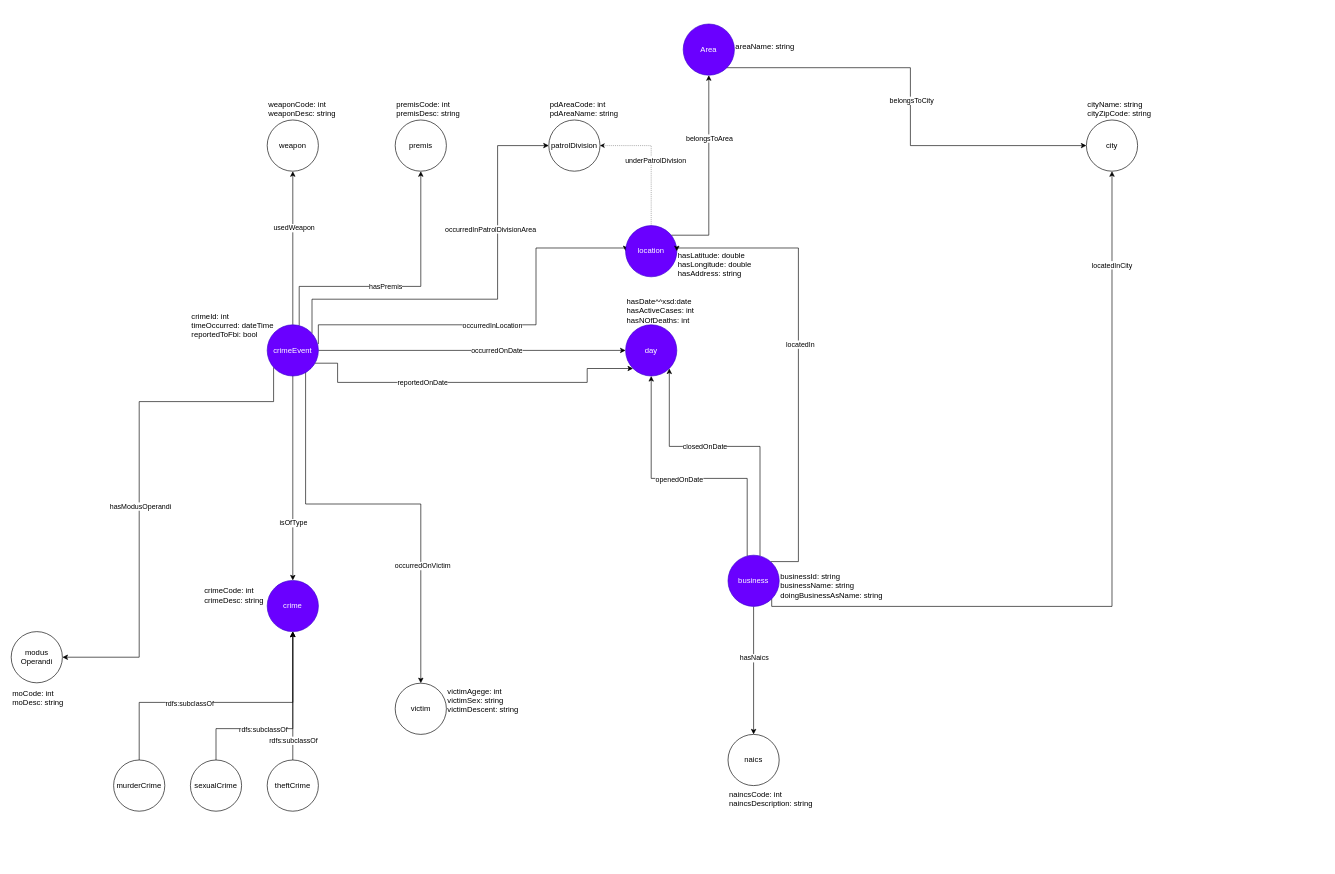
This is requirements analysis/Bitsei_ontology.drawio from mircocazzaro/bitsei-db2-unipd, a draw.io file, before an edit. Source tidied: cells renumbered, new cells numbered last; positions are measured from the earlier drawing's top-left corner, leaving out a move shared by most shapes. Both pictures are drawn from the tidied source at 64%, with x=0, y=0 at pixel (11, 11).
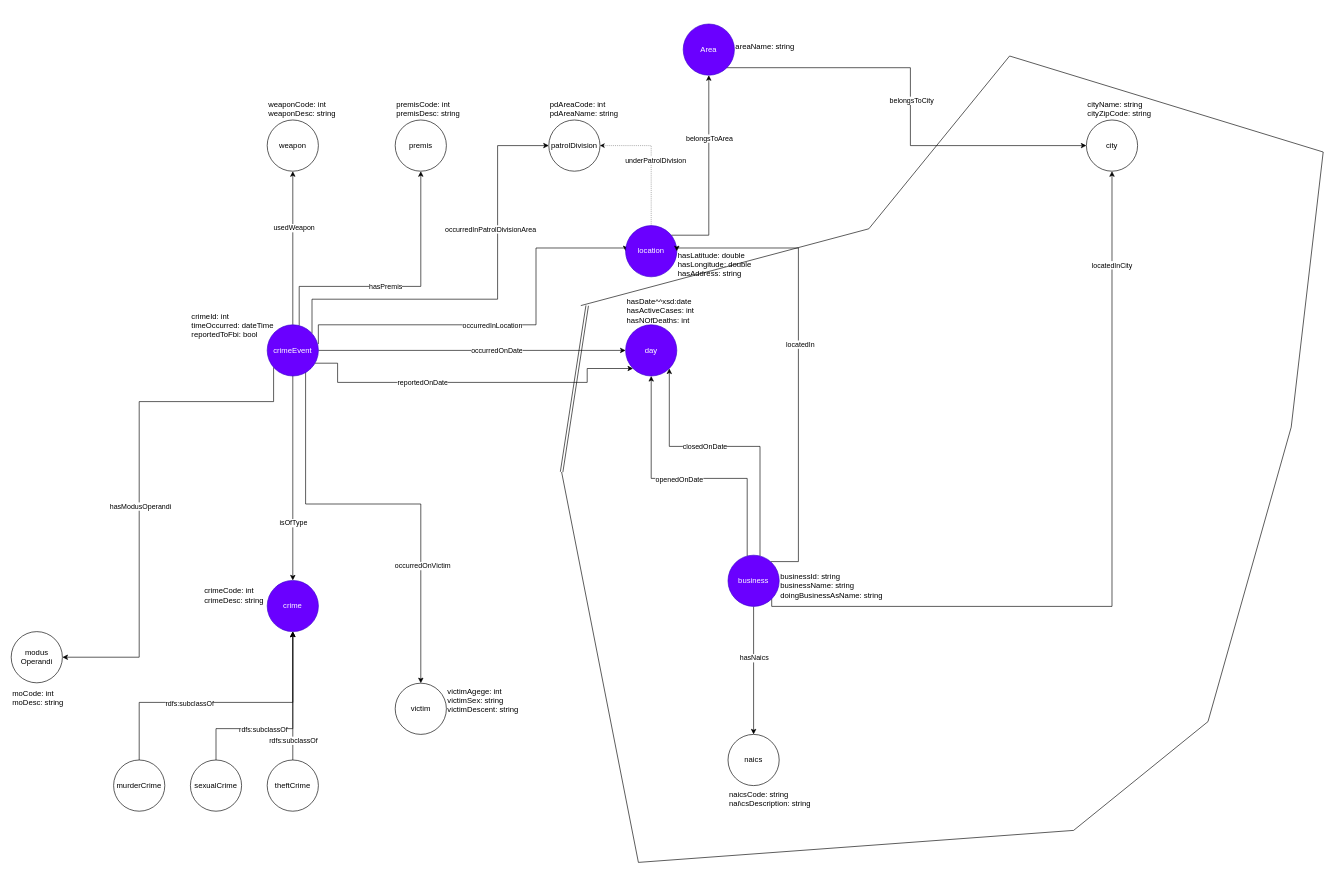
After the change.

Diff of the diagram source:
```diff
@@
-    <mxCell id="58" value="&lt;div&gt;naincsCode: int&lt;/div&gt;&lt;div&gt;naincsDescription: string&lt;br&gt;&lt;/div&gt;" style="text;html=1;strokeColor=none;fillColor=none;align=left;verticalAlign=top;whiteSpace=wrap;rounded=0;" parent="1" vertex="1">
+    <mxCell id="58" value="&lt;div&gt;naicsCode: string&lt;/div&gt;&lt;div&gt;nai\csDescription: string&lt;br&gt;&lt;/div&gt;" style="text;html=1;strokeColor=none;fillColor=none;align=left;verticalAlign=top;whiteSpace=wrap;rounded=0;" parent="1" vertex="1">
       <mxGeometry x="1120" y="1210" width="160" height="80" as="geometry" />
     </mxCell>
@@
+    <mxCell id="71" style="endArrow=none;html=1;rounded=0;" parent="1" edge="1">
+      <mxGeometry relative="1" as="geometry">
+        <mxPoint x="1560" y="70" as="sourcePoint" />
+        <mxPoint x="2050" y="220" as="targetPoint" />
+      </mxGeometry>
+    </mxCell>
+    <mxCell id="72" style="endArrow=none;html=1;rounded=0;" parent="1" edge="1">
+      <mxGeometry relative="1" as="geometry">
+        <mxPoint x="890" y="460" as="sourcePoint" />
+        <mxPoint x="1560" y="70" as="targetPoint" />
+        <Array as="points">
+          <mxPoint x="1340" y="340" />
+        </Array>
+      </mxGeometry>
+    </mxCell>
+    <mxCell id="73" style="shape=link;html=1;rounded=0;" parent="1" edge="1">
+      <mxGeometry relative="1" as="geometry">
+        <mxPoint x="860" y="720" as="sourcePoint" />
+        <mxPoint x="900" y="460" as="targetPoint" />
+      </mxGeometry>
+    </mxCell>
+    <mxCell id="74" style="endArrow=none;html=1;rounded=0;" parent="1" edge="1">
+      <mxGeometry relative="1" as="geometry">
+        <mxPoint x="860" y="720" as="sourcePoint" />
+        <mxPoint x="2050" y="220" as="targetPoint" />
+        <Array as="points">
+          <mxPoint x="980" y="1330" />
+          <mxPoint x="1660" y="1280" />
+          <mxPoint x="1870" y="1110" />
+          <mxPoint x="2000" y="650" />
+        </Array>
+      </mxGeometry>
+    </mxCell>
```
